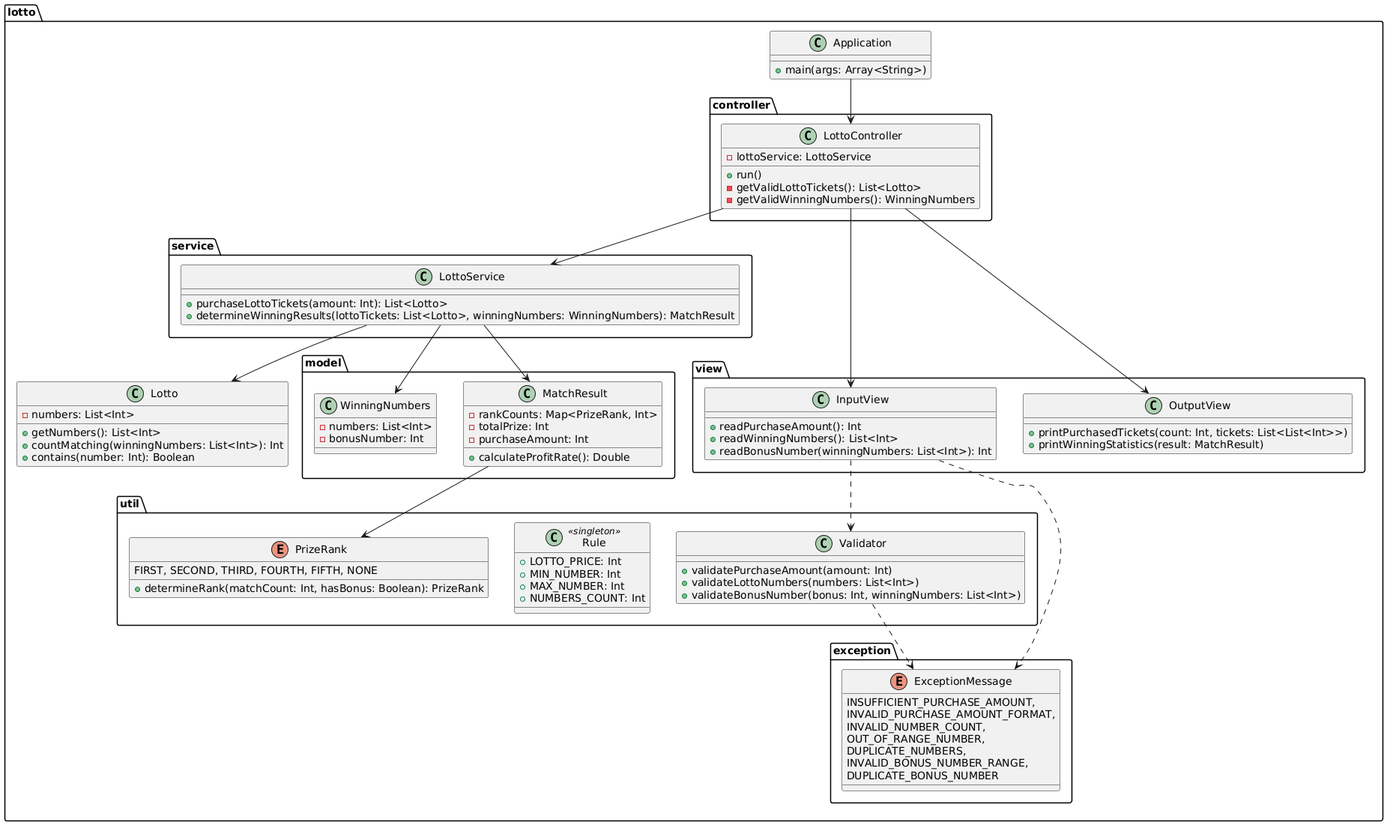
Above: docs/lotto_uml.png in herotechcourse/kotlin-lotto-precourse (PlantUML), before the change.
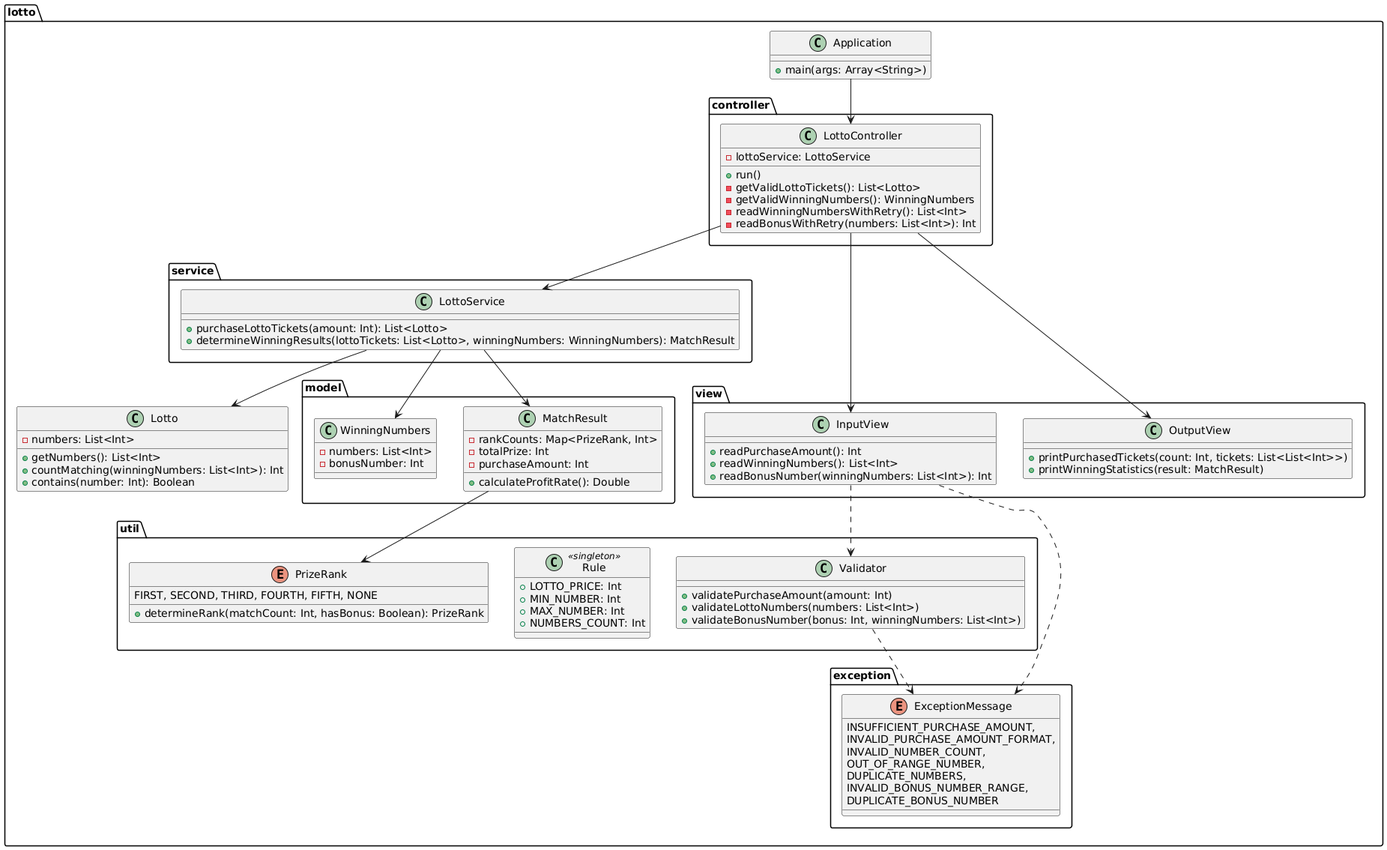
Above is the later version.

Commit message:
docs(uml): update class diagram to include new retry methods

What changed in the source:
```diff
@@ -17,6 +17,8 @@
         + run()
         - getValidLottoTickets(): List<Lotto>
         - getValidWinningNumbers(): WinningNumbers
+        - readWinningNumbersWithRetry(): List<Int>
+        - readBonusWithRetry(numbers: List<Int>): Int
     }
 }
 
```
